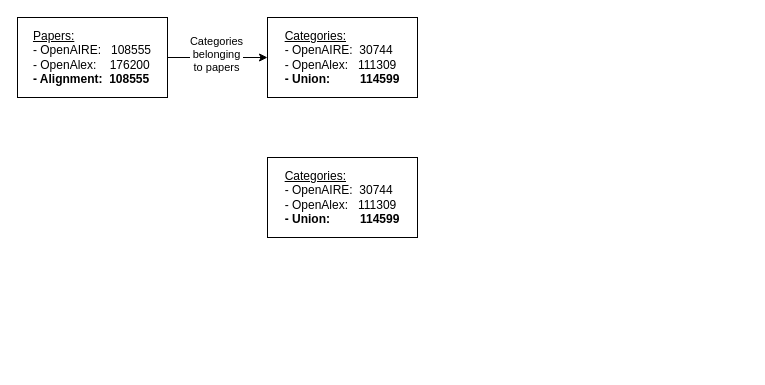
Earlier version of the draw.io diagram plots/data_flows.drawio (kuefmz/define_taxonomy). Source tidied: cells renumbered, new cells numbered last; positions are measured from the earlier drawing's top-left corner, leaving out a move shared by most shapes. Both pictures are drawn from the tidied source at 100%, with x=0, y=0 at pixel (17, 17).
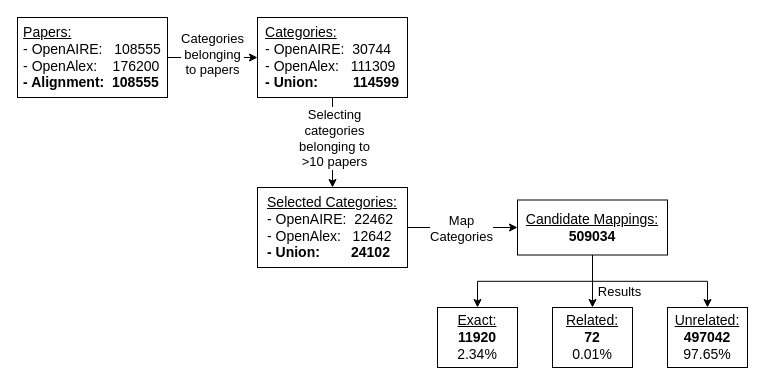
The same diagram, later.

Commit message:
add dataflow graph

Unchanged cells that the change refers to:
```xml
<mxCell id="2" style="edgeStyle=orthogonalEdgeStyle;rounded=0;jettySize=auto;html=1;exitX=1;exitY=0.5;exitDx=0;exitDy=0;" parent="1" edge="1" source="4" target="5">
  <mxGeometry relative="1" as="geometry" />
</mxCell>
```

What changed in the source:
```diff
@@
-    <mxCell id="3" value="Categories&lt;div&gt;belonging&lt;/div&gt;&lt;div&gt;to papers&lt;/div&gt;" style="edgeLabel;html=1;align=center;verticalAlign=middle;" parent="2" vertex="1">
+    <mxCell id="3" value="&lt;font style=&quot;font-size: 13px;&quot;&gt;Categories&lt;/font&gt;&lt;div style=&quot;font-size: 13px;&quot;&gt;&lt;font style=&quot;font-size: 13px;&quot;&gt;belonging&lt;/font&gt;&lt;/div&gt;&lt;div style=&quot;font-size: 13px;&quot;&gt;&lt;font style=&quot;font-size: 13px;&quot;&gt;to papers&lt;/font&gt;&lt;/div&gt;" style="edgeLabel;html=1;align=center;verticalAlign=middle;" parent="2" vertex="1">
       <mxGeometry x="-0.25" y="4" relative="1" as="geometry">
         <mxPoint x="10" as="offset" />
       </mxGeometry>
     </mxCell>
-    <mxCell id="4" value="&lt;div style=&quot;text-align: justify;&quot;&gt;&lt;span style=&quot;background-color: initial;&quot;&gt;&lt;u&gt;Papers:&lt;/u&gt;&lt;/span&gt;&lt;/div&gt;&lt;div style=&quot;text-align: justify;&quot;&gt;- OpenAIRE:&amp;nbsp; &amp;nbsp;108555&lt;/div&gt;&lt;div style=&quot;text-align: justify;&quot;&gt;- OpenAlex:&amp;nbsp; &amp;nbsp; 176200&lt;/div&gt;&lt;div style=&quot;text-align: justify;&quot;&gt;&lt;b&gt;- Alignment:&amp;nbsp; 108555&lt;/b&gt;&lt;/div&gt;" style="rounded=0;whiteSpace=wrap;html=1;" parent="1" vertex="1">
+    <mxCell id="4" value="&lt;div style=&quot;text-align: justify; font-size: 14px;&quot;&gt;&lt;span style=&quot;background-color: initial;&quot;&gt;&lt;u style=&quot;&quot;&gt;&lt;font style=&quot;font-size: 14px;&quot;&gt;Papers:&lt;/font&gt;&lt;/u&gt;&lt;/span&gt;&lt;/div&gt;&lt;div style=&quot;text-align: justify; font-size: 14px;&quot;&gt;&lt;font style=&quot;font-size: 14px;&quot;&gt;- OpenAIRE:&amp;nbsp; &amp;nbsp;108555&lt;/font&gt;&lt;/div&gt;&lt;div style=&quot;text-align: justify; font-size: 14px;&quot;&gt;&lt;font style=&quot;font-size: 14px;&quot;&gt;- OpenAlex:&amp;nbsp; &amp;nbsp; 176200&lt;/font&gt;&lt;/div&gt;&lt;div style=&quot;text-align: justify; font-size: 14px;&quot;&gt;&lt;b style=&quot;&quot;&gt;&lt;font style=&quot;font-size: 14px;&quot;&gt;- Alignment:&amp;nbsp; 108555&lt;/font&gt;&lt;/b&gt;&lt;/div&gt;" style="rounded=0;whiteSpace=wrap;html=1;" parent="1" vertex="1">
       <mxGeometry width="150" height="80" as="geometry" />
     </mxCell>
+    <mxCell id="7" style="edgeStyle=orthogonalEdgeStyle;rounded=0;jettySize=auto;html=1;exitX=0.5;exitY=1;exitDx=0;exitDy=0;entryX=0.5;entryY=0;entryDx=0;entryDy=0;" parent="1" edge="1" source="5" target="6">
+      <mxGeometry relative="1" as="geometry" />
+    </mxCell>
+    <mxCell id="8" value="&lt;font style=&quot;font-size: 13px;&quot;&gt;Selecting&lt;/font&gt;&lt;div style=&quot;font-size: 13px;&quot;&gt;&lt;font style=&quot;font-size: 13px;&quot;&gt;categories&lt;/font&gt;&lt;/div&gt;&lt;div style=&quot;font-size: 13px;&quot;&gt;&lt;font style=&quot;font-size: 13px;&quot;&gt;belonging to&lt;/font&gt;&lt;/div&gt;&lt;div style=&quot;font-size: 13px;&quot;&gt;&lt;font style=&quot;font-size: 13px;&quot;&gt;&amp;gt;10 papers&lt;/font&gt;&lt;/div&gt;" style="edgeLabel;html=1;align=center;verticalAlign=middle;" parent="7" vertex="1">
+      <mxGeometry x="-0.11" y="1" relative="1" as="geometry" />
+    </mxCell>
-    <mxCell id="5" value="&lt;div style=&quot;text-align: justify;&quot;&gt;&lt;span style=&quot;background-color: initial;&quot;&gt;&lt;u&gt;Categories:&lt;/u&gt;&lt;/span&gt;&lt;/div&gt;&lt;div style=&quot;text-align: justify;&quot;&gt;- OpenAIRE:&amp;nbsp; 30744&lt;/div&gt;&lt;div style=&quot;text-align: justify;&quot;&gt;- OpenAlex:&amp;nbsp; &amp;nbsp;111309&lt;/div&gt;&lt;div style=&quot;text-align: justify;&quot;&gt;&lt;b&gt;- Union:&amp;nbsp; &amp;nbsp; &amp;nbsp; &amp;nbsp; &amp;nbsp;&lt;span style=&quot;background-color: initial; text-align: center;&quot;&gt;114599&lt;/span&gt;&lt;/b&gt;&lt;/div&gt;" style="rounded=0;whiteSpace=wrap;html=1;" parent="1" vertex="1">
-      <mxGeometry x="250" width="150" height="80" as="geometry" />
+    <mxCell id="5" value="&lt;div style=&quot;text-align: justify; font-size: 14px;&quot;&gt;&lt;span style=&quot;background-color: initial;&quot;&gt;&lt;u style=&quot;&quot;&gt;&lt;font style=&quot;font-size: 14px;&quot;&gt;Categories:&lt;/font&gt;&lt;/u&gt;&lt;/span&gt;&lt;/div&gt;&lt;div style=&quot;text-align: justify; font-size: 14px;&quot;&gt;&lt;font style=&quot;font-size: 14px;&quot;&gt;- OpenAIRE:&amp;nbsp; 30744&lt;/font&gt;&lt;/div&gt;&lt;div style=&quot;text-align: justify; font-size: 14px;&quot;&gt;&lt;font style=&quot;font-size: 14px;&quot;&gt;- OpenAlex:&amp;nbsp; &amp;nbsp;111309&lt;/font&gt;&lt;/div&gt;&lt;div style=&quot;text-align: justify; font-size: 14px;&quot;&gt;&lt;b style=&quot;&quot;&gt;&lt;font style=&quot;font-size: 14px;&quot;&gt;- Union:&amp;nbsp; &amp;nbsp; &amp;nbsp; &amp;nbsp; &amp;nbsp;&lt;span style=&quot;background-color: initial; text-align: center;&quot;&gt;114599&lt;/span&gt;&lt;/font&gt;&lt;/b&gt;&lt;/div&gt;" style="rounded=0;whiteSpace=wrap;html=1;" parent="1" vertex="1">
+      <mxGeometry x="240" width="150" height="80" as="geometry" />
     </mxCell>
+    <mxCell id="9" style="edgeStyle=orthogonalEdgeStyle;rounded=0;jettySize=auto;html=1;exitX=1;exitY=0.5;exitDx=0;exitDy=0;entryX=0;entryY=0.5;entryDx=0;entryDy=0;" parent="1" edge="1" source="6" target="15">
+      <mxGeometry relative="1" as="geometry" />
+    </mxCell>
+    <mxCell id="10" value="&lt;font style=&quot;font-size: 13px;&quot;&gt;Map&lt;/font&gt;&lt;div style=&quot;font-size: 13px;&quot;&gt;&lt;font style=&quot;font-size: 13px;&quot;&gt;Categories&lt;/font&gt;&lt;/div&gt;" style="edgeLabel;html=1;align=center;verticalAlign=middle;" parent="9" vertex="1">
+      <mxGeometry x="-0.03" relative="1" as="geometry" />
+    </mxCell>
-    <mxCell id="6" value="&lt;div style=&quot;text-align: justify;&quot;&gt;&lt;span style=&quot;background-color: initial;&quot;&gt;&lt;u&gt;Categories:&lt;/u&gt;&lt;/span&gt;&lt;/div&gt;&lt;div style=&quot;text-align: justify;&quot;&gt;- OpenAIRE:&amp;nbsp; 30744&lt;/div&gt;&lt;div style=&quot;text-align: justify;&quot;&gt;- OpenAlex:&amp;nbsp; &amp;nbsp;111309&lt;/div&gt;&lt;div style=&quot;text-align: justify;&quot;&gt;&lt;b&gt;- Union:&amp;nbsp; &amp;nbsp; &amp;nbsp; &amp;nbsp; &amp;nbsp;&lt;span style=&quot;background-color: initial; text-align: center;&quot;&gt;114599&lt;/span&gt;&lt;/b&gt;&lt;/div&gt;" style="rounded=0;whiteSpace=wrap;html=1;" parent="1" vertex="1">
-      <mxGeometry x="250" y="140" width="150" height="80" as="geometry" />
+    <mxCell id="6" value="&lt;div style=&quot;text-align: justify; font-size: 14px;&quot;&gt;&lt;span style=&quot;background-color: initial;&quot;&gt;&lt;u style=&quot;&quot;&gt;&lt;font style=&quot;font-size: 14px;&quot;&gt;Selected Categories:&lt;/font&gt;&lt;/u&gt;&lt;/span&gt;&lt;/div&gt;&lt;div style=&quot;text-align: justify; font-size: 14px;&quot;&gt;&lt;font style=&quot;font-size: 14px;&quot;&gt;- OpenAIRE:&amp;nbsp; 22462&lt;/font&gt;&lt;/div&gt;&lt;div style=&quot;text-align: justify; font-size: 14px;&quot;&gt;&lt;font style=&quot;font-size: 14px;&quot;&gt;- OpenAlex:&amp;nbsp; &amp;nbsp;12642&lt;/font&gt;&lt;/div&gt;&lt;div style=&quot;text-align: justify; font-size: 14px;&quot;&gt;&lt;b style=&quot;&quot;&gt;&lt;font style=&quot;font-size: 14px;&quot;&gt;- Union:&amp;nbsp; &amp;nbsp; &amp;nbsp; &amp;nbsp; 24102&lt;/font&gt;&lt;/b&gt;&lt;/div&gt;" style="rounded=0;whiteSpace=wrap;html=1;" parent="1" vertex="1">
+      <mxGeometry x="240" y="170" width="150" height="80" as="geometry" />
     </mxCell>
+    <mxCell id="11" style="edgeStyle=orthogonalEdgeStyle;rounded=0;jettySize=auto;html=1;exitX=0.5;exitY=1;exitDx=0;exitDy=0;entryX=0.5;entryY=0;entryDx=0;entryDy=0;" parent="1" edge="1" source="15" target="17">
+      <mxGeometry relative="1" as="geometry" />
+    </mxCell>
+    <mxCell id="12" style="edgeStyle=orthogonalEdgeStyle;rounded=0;jettySize=auto;html=1;exitX=0.5;exitY=1;exitDx=0;exitDy=0;entryX=0.5;entryY=0;entryDx=0;entryDy=0;" parent="1" edge="1" source="15" target="16">
+      <mxGeometry relative="1" as="geometry" />
+    </mxCell>
+    <mxCell id="13" style="edgeStyle=orthogonalEdgeStyle;rounded=0;jettySize=auto;html=1;exitX=0.5;exitY=1;exitDx=0;exitDy=0;entryX=0.5;entryY=0;entryDx=0;entryDy=0;" parent="1" edge="1" source="15" target="18">
+      <mxGeometry relative="1" as="geometry" />
+    </mxCell>
+    <mxCell id="14" value="&lt;font style=&quot;font-size: 13px;&quot;&gt;Results&lt;/font&gt;" style="edgeLabel;html=1;align=center;verticalAlign=middle;" parent="13" vertex="1">
+      <mxGeometry x="-0.45" y="-2" relative="1" as="geometry">
+        <mxPoint x="7" y="8" as="offset" />
+      </mxGeometry>
+    </mxCell>
+    <mxCell id="15" value="&lt;div style=&quot;text-align: justify; font-size: 14px;&quot;&gt;&lt;span style=&quot;background-color: initial;&quot;&gt;&lt;u style=&quot;&quot;&gt;&lt;font style=&quot;font-size: 14px;&quot;&gt;Candidate Mappings:&lt;/font&gt;&lt;/u&gt;&lt;/span&gt;&lt;/div&gt;&lt;div style=&quot;font-size: 14px;&quot;&gt;&lt;font style=&quot;font-size: 14px;&quot;&gt;&lt;b&gt;509034&lt;/b&gt;&lt;/font&gt;&lt;/div&gt;" style="rounded=0;whiteSpace=wrap;html=1;" parent="1" vertex="1">
+      <mxGeometry x="500" y="182.5" width="150" height="55" as="geometry" />
+    </mxCell>
+    <mxCell id="16" value="&lt;div style=&quot;font-size: 14px;&quot;&gt;&lt;u&gt;Related:&lt;/u&gt;&lt;/div&gt;&lt;div style=&quot;font-size: 14px;&quot;&gt;&lt;span style=&quot;background-color: initial;&quot;&gt;&lt;b&gt;72&lt;/b&gt;&lt;/span&gt;&lt;/div&gt;&lt;div style=&quot;font-size: 14px;&quot;&gt;&lt;span style=&quot;background-color: initial;&quot;&gt;0.01%&lt;/span&gt;&lt;/div&gt;" style="rounded=0;whiteSpace=wrap;html=1;align=center;" parent="1" vertex="1">
+      <mxGeometry x="535" y="290" width="80" height="60" as="geometry" />
+    </mxCell>
+    <mxCell id="17" value="&lt;div style=&quot;font-size: 14px;&quot;&gt;&lt;u&gt;Exact:&lt;/u&gt;&lt;/div&gt;&lt;div style=&quot;font-size: 14px;&quot;&gt;&lt;span style=&quot;background-color: initial;&quot;&gt;&lt;b&gt;11920&lt;/b&gt;&lt;/span&gt;&lt;/div&gt;&lt;div style=&quot;font-size: 14px;&quot;&gt;&lt;span style=&quot;background-color: initial;&quot;&gt;2.34%&lt;/span&gt;&lt;/div&gt;" style="rounded=0;whiteSpace=wrap;html=1;align=center;" parent="1" vertex="1">
+      <mxGeometry x="420" y="290" width="80" height="60" as="geometry" />
+    </mxCell>
+    <mxCell id="18" value="&lt;div style=&quot;font-size: 14px;&quot;&gt;&lt;u&gt;Unrelated:&lt;/u&gt;&lt;/div&gt;&lt;div style=&quot;font-size: 14px;&quot;&gt;&lt;span style=&quot;background-color: initial;&quot;&gt;&lt;b&gt;497042&lt;/b&gt;&lt;/span&gt;&lt;/div&gt;&lt;div style=&quot;font-size: 14px;&quot;&gt;&lt;span style=&quot;background-color: initial;&quot;&gt;97.65%&lt;/span&gt;&lt;/div&gt;" style="rounded=0;whiteSpace=wrap;html=1;align=center;" parent="1" vertex="1">
+      <mxGeometry x="650" y="290" width="80" height="60" as="geometry" />
+    </mxCell>
```
